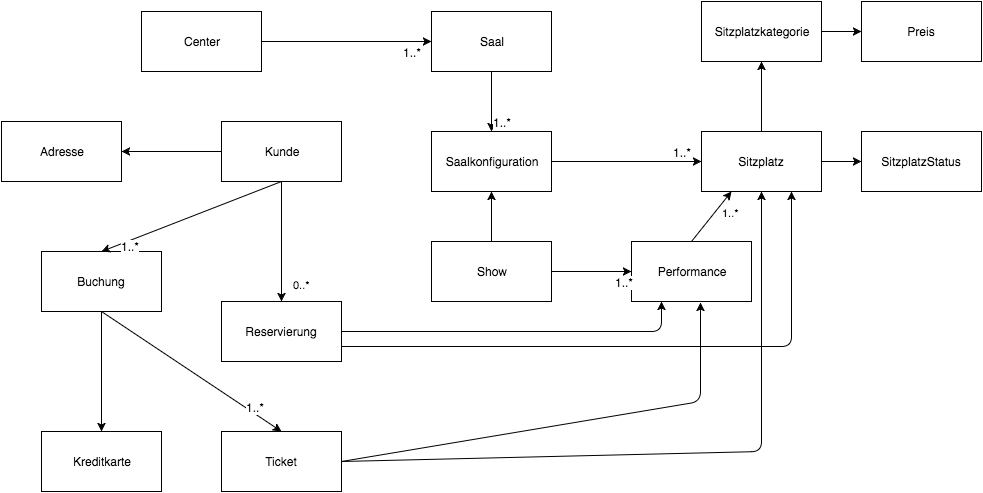
ehmkah/cas_swa_sad keeps this draw.io diagram as sad/src/docs/asciidoc/images/08_domainModel.png. Above is the earlier version. Source tidied: cells renumbered, new cells last; positions are measured from the earlier drawing's top-left corner, leaving out a move shared by most shapes.
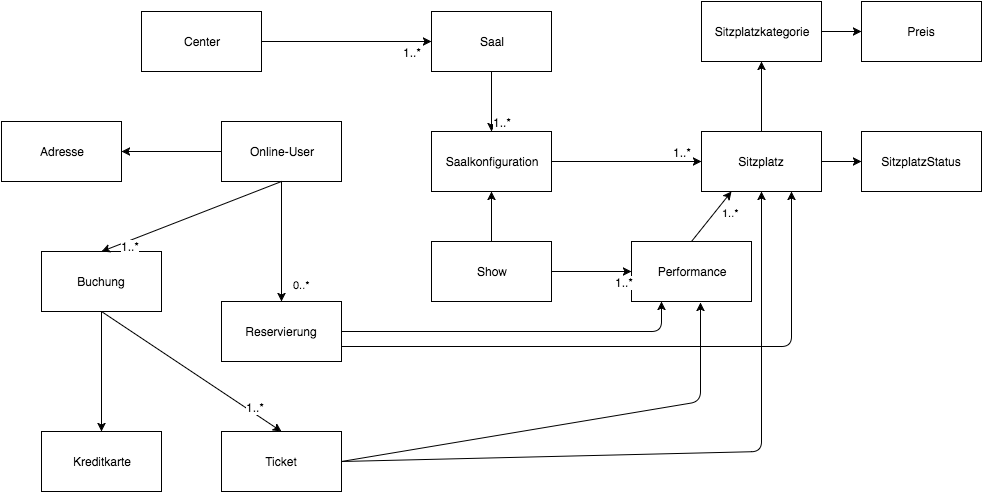
Above is the later version.

What changed in the source:
```diff
@@ -19,7 +19,7 @@
     <mxCell id="6" value="Ticket" style="whiteSpace=wrap;html=1;" parent="1" vertex="1">
       <mxGeometry x="220" y="430" width="120" height="60" as="geometry" />
     </mxCell>
-    <mxCell id="7" value="Kunde" style="whiteSpace=wrap;html=1;" parent="1" vertex="1">
+    <mxCell id="7" value="Online-User" style="whiteSpace=wrap;html=1;" parent="1" vertex="1">
       <mxGeometry x="220" y="120" width="120" height="60" as="geometry" />
     </mxCell>
     <mxCell id="8" value="Buchung" style="whiteSpace=wrap;html=1;" parent="1" vertex="1">
```
